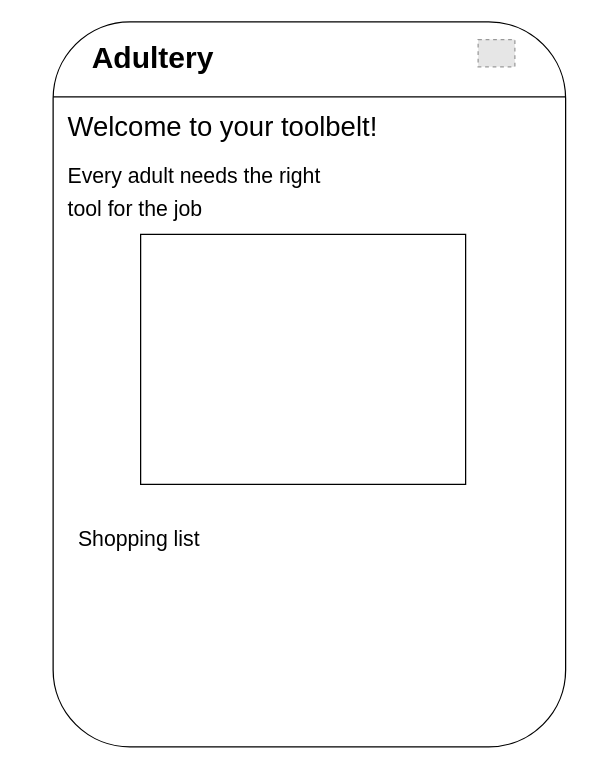
This is page "Shopping List" (6 of 14) of tubular mockups.drawio from jadenmounteer/adultery, a draw.io file, before an edit. Source tidied: cells renumbered, new cells numbered last; positions are measured from the earlier drawing's top-left corner, leaving out a move shared by most shapes. Both pictures are drawn from the tidied source at 125%, with x=0, y=0 at pixel (21, 21). Pictures stored in the file or linked from it are replaced by grey dashed boxes.
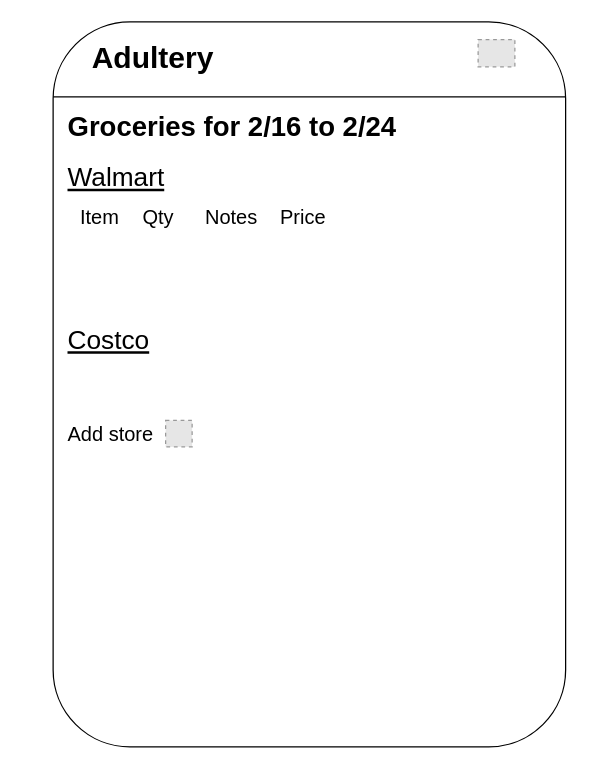
The same diagram, later.

What changed in the source:
```diff
@@
 <mxGraphModel>
   <root>
     <mxCell id="0" />
     <mxCell id="1" parent="0" />
     <mxCell id="2" style="rounded=1;whiteSpace=wrap;html=1;" parent="1" vertex="1">
       <mxGeometry x="25" width="410" height="580" as="geometry" />
     </mxCell>
     <mxCell id="3" style="fillColor=#E6E6E6;strokeColor=#999999;dashed=1;verticalLabelPosition=bottom;labelBackgroundColor=default;verticalAlign=top;" parent="1" vertex="1">
       <mxGeometry x="365" y="14.1" width="29.4" height="21.8" as="geometry" />
     </mxCell>
     <mxCell id="4" style="endArrow=none;html=1;rounded=0;fontSize=16;fontColor=#3193BD;entryX=1.005;entryY=0.871;entryDx=0;entryDy=0;entryPerimeter=0;exitX=0;exitY=0.091;exitDx=0;exitDy=0;exitPerimeter=0;" parent="1" edge="1">
       <mxGeometry relative="1" as="geometry">
         <mxPoint x="25" y="60" as="sourcePoint" />
         <mxPoint x="435" y="60" as="targetPoint" />
         <Array as="points">
           <mxPoint x="272.9" y="60" />
         </Array>
       </mxGeometry>
     </mxCell>
-    <mxCell id="5" value="&lt;font style=&quot;font-size: 22px;&quot;&gt;Welcome to your toolbelt!&lt;/font&gt;" style="text;html=1;strokeColor=none;fillColor=none;align=left;verticalAlign=middle;whiteSpace=wrap;rounded=0;" parent="1" vertex="1">
-      <mxGeometry x="35" y="70" width="260" height="30" as="geometry" />
+    <mxCell id="5" value="&lt;span style=&quot;font-size: 22px;&quot;&gt;&lt;b&gt;Groceries for 2/16 to 2/24&lt;/b&gt;&lt;/span&gt;" style="text;html=1;strokeColor=none;fillColor=none;align=left;verticalAlign=middle;whiteSpace=wrap;rounded=0;" parent="1" vertex="1">
+      <mxGeometry x="35" y="70" width="280" height="30" as="geometry" />
     </mxCell>
-    <mxCell id="6" value="&lt;font style=&quot;font-size: 17px;&quot;&gt;Every adult needs the right tool for the job&lt;/font&gt;" style="text;html=1;strokeColor=none;fillColor=none;align=left;verticalAlign=middle;whiteSpace=wrap;rounded=0;fontSize=22;" parent="1" vertex="1">
-      <mxGeometry x="35" y="120" width="230" height="30" as="geometry" />
+    <mxCell id="6" value="&lt;font style=&quot;font-size: 21px;&quot;&gt;&lt;u&gt;Walmart&lt;/u&gt;&lt;/font&gt;" style="text;html=1;strokeColor=none;fillColor=none;align=left;verticalAlign=middle;whiteSpace=wrap;rounded=0;fontSize=22;" parent="1" vertex="1">
+      <mxGeometry x="35" y="110" width="230" height="30" as="geometry" />
     </mxCell>
-    <mxCell id="7" style="rounded=0;whiteSpace=wrap;html=1;fontSize=17;" parent="1" vertex="1">
-      <mxGeometry x="95" y="170" width="260" height="200" as="geometry" />
-    </mxCell>
-    <mxCell id="8" value="&lt;div style=&quot;text-align: left;&quot;&gt;&lt;span style=&quot;background-color: initial;&quot;&gt;Shopping list&lt;/span&gt;&lt;/div&gt;" style="text;html=1;strokeColor=none;fillColor=none;align=center;verticalAlign=middle;whiteSpace=wrap;rounded=0;fontSize=17;" parent="1" vertex="1">
-      <mxGeometry x="25" y="400" width="137.5" height="30" as="geometry" />
-    </mxCell>
     <mxCell id="9" value="&lt;font size=&quot;1&quot; style=&quot;&quot;&gt;&lt;b style=&quot;font-size: 24px;&quot;&gt;Adultery&lt;/b&gt;&lt;/font&gt;" style="text;html=1;strokeColor=none;fillColor=none;align=center;verticalAlign=middle;whiteSpace=wrap;rounded=0;" parent="1" vertex="1">
       <mxGeometry y="14.1" width="210" height="30" as="geometry" />
     </mxCell>
+    <mxCell id="10" value="&lt;font style=&quot;font-size: 21px;&quot;&gt;&lt;u&gt;Costco&lt;/u&gt;&lt;/font&gt;" style="text;html=1;strokeColor=none;fillColor=none;align=left;verticalAlign=middle;whiteSpace=wrap;rounded=0;fontSize=22;" parent="1" vertex="1">
+      <mxGeometry x="35" y="240" width="230" height="30" as="geometry" />
+    </mxCell>
+    <mxCell id="11" style="fillColor=#E6E6E6;strokeColor=#999999;dashed=1;verticalLabelPosition=bottom;labelBackgroundColor=default;verticalAlign=top;" parent="1" vertex="1">
+      <mxGeometry x="115" y="318.8" width="21.2" height="21.2" as="geometry" />
+    </mxCell>
+    <mxCell id="12" value="&lt;font style=&quot;font-size: 16px;&quot;&gt;Add store&lt;/font&gt;" style="text;html=1;strokeColor=none;fillColor=none;align=left;verticalAlign=middle;whiteSpace=wrap;rounded=0;fontSize=22;" parent="1" vertex="1">
+      <mxGeometry x="35" y="314.4" width="230" height="30" as="geometry" />
+    </mxCell>
+    <mxCell id="13" value="&lt;span style=&quot;font-size: 16px;&quot;&gt;Item&lt;/span&gt;" style="text;html=1;strokeColor=none;fillColor=none;align=left;verticalAlign=middle;whiteSpace=wrap;rounded=0;fontSize=22;" parent="1" vertex="1">
+      <mxGeometry x="45" y="140" width="40" height="30" as="geometry" />
+    </mxCell>
+    <mxCell id="14" value="&lt;span style=&quot;font-size: 16px;&quot;&gt;Qty&lt;/span&gt;" style="text;html=1;strokeColor=none;fillColor=none;align=left;verticalAlign=middle;whiteSpace=wrap;rounded=0;fontSize=22;" parent="1" vertex="1">
+      <mxGeometry x="95" y="140" width="29.4" height="30" as="geometry" />
+    </mxCell>
+    <mxCell id="15" value="&lt;span style=&quot;font-size: 16px;&quot;&gt;Notes&lt;/span&gt;" style="text;html=1;strokeColor=none;fillColor=none;align=left;verticalAlign=middle;whiteSpace=wrap;rounded=0;fontSize=22;" parent="1" vertex="1">
+      <mxGeometry x="145" y="140" width="40" height="30" as="geometry" />
+    </mxCell>
+    <mxCell id="16" value="&lt;span style=&quot;font-size: 16px;&quot;&gt;Price&lt;/span&gt;" style="text;html=1;strokeColor=none;fillColor=none;align=left;verticalAlign=middle;whiteSpace=wrap;rounded=0;fontSize=22;" parent="1" vertex="1">
+      <mxGeometry x="205" y="140" width="40" height="30" as="geometry" />
+    </mxCell>
   </root>
 </mxGraphModel>
```
